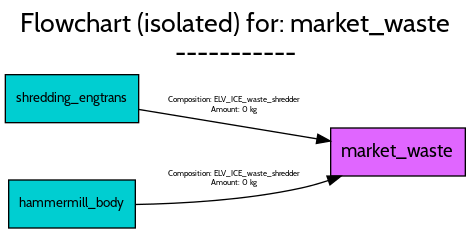
Earlier version of the Graphviz export src/examples/ELV/figures/flowcharts/processes/png/market_waste.png (FutuRaM-Project/Recovery-Model). Its source is kept beside it as src/examples/ELV/figures/flowcharts/processes/dot/market_waste.dot.
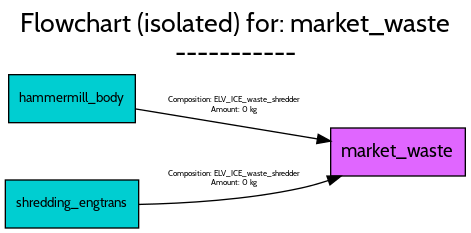
After the change.

Change to the diagram source:
```diff
@@ -23,11 +23,26 @@
 		shape=box,
 		style=filled,
 		width=1.4028];
+	hammermill_body	[fillcolor=darkturquoise,
+		fontname=Cabin,
+		fontsize=10,
+		height=0.5,
+		pos="50,97",
+		shape=box,
+		style=filled,
+		width=1.3194];
+	hammermill_body -> market_waste	[color=black,
+		fontname=Cabin,
+		fontsize=6,
+		label="Composition: ELV_ICE_waste_shredder
+Amount: 0 kg",
+		lp="172,92",
+		pos="e,243.97,65.17 97.756,89.288 136.54,82.891 191.92,73.756 233.88,66.834"];
 	shredding_engtrans	[fillcolor=darkturquoise,
 		fontname=Cabin,
 		fontsize=10,
 		height=0.5,
-		pos="50,97",
+		pos="50,18",
 		shape=box,
 		style=filled,
 		width=1.3889];
@@ -36,21 +51,6 @@
 		fontsize=6,
 		label="Composition: ELV_ICE_waste_shredder
 Amount: 0 kg",
-		lp="172,92",
-		pos="e,243.67,65.22 100.07,88.905 138.69,82.536 192.65,73.635 233.77,66.852"];
-	hammermill_body	[fillcolor=darkturquoise,
-		fontname=Cabin,
-		fontsize=10,
-		height=0.5,
-		pos="50,18",
-		shape=box,
-		style=filled,
-		width=1.3194];
-	hammermill_body -> market_waste	[color=black,
-		fontname=Cabin,
-		fontsize=6,
-		label="Composition: ELV_ICE_waste_shredder
-Amount: 0 kg",
 		lp="172,37",
-		pos="e,251.77,38.925 97.604,17.636 132.28,18.238 180.57,20.929 222,30 228.62,31.449 235.44,33.395 242.12,35.58"];
+		pos="e,251.77,38.925 100.18,17.684 134.65,18.374 181.59,21.152 222,30 228.62,31.449 235.44,33.395 242.12,35.58"];
 }
```
